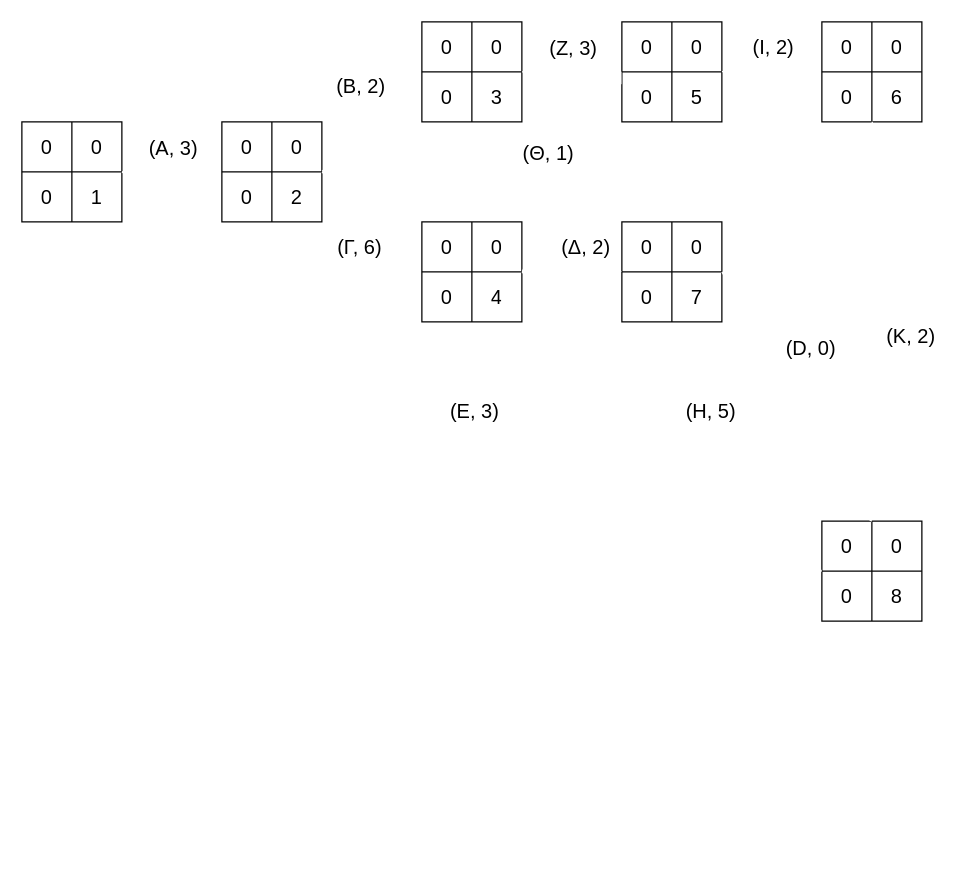
This is Business Research and Intelligence Projects/project 2/task 5.drawio from asimakiskydros/University-Projects, a draw.io file, before an edit. Source tidied: cells renumbered, new cells numbered last; positions are measured from the earlier drawing's top-left corner, leaving out a move shared by most shapes. Both pictures are drawn from the tidied source at 125%, with x=0, y=0 at pixel (21, 21).
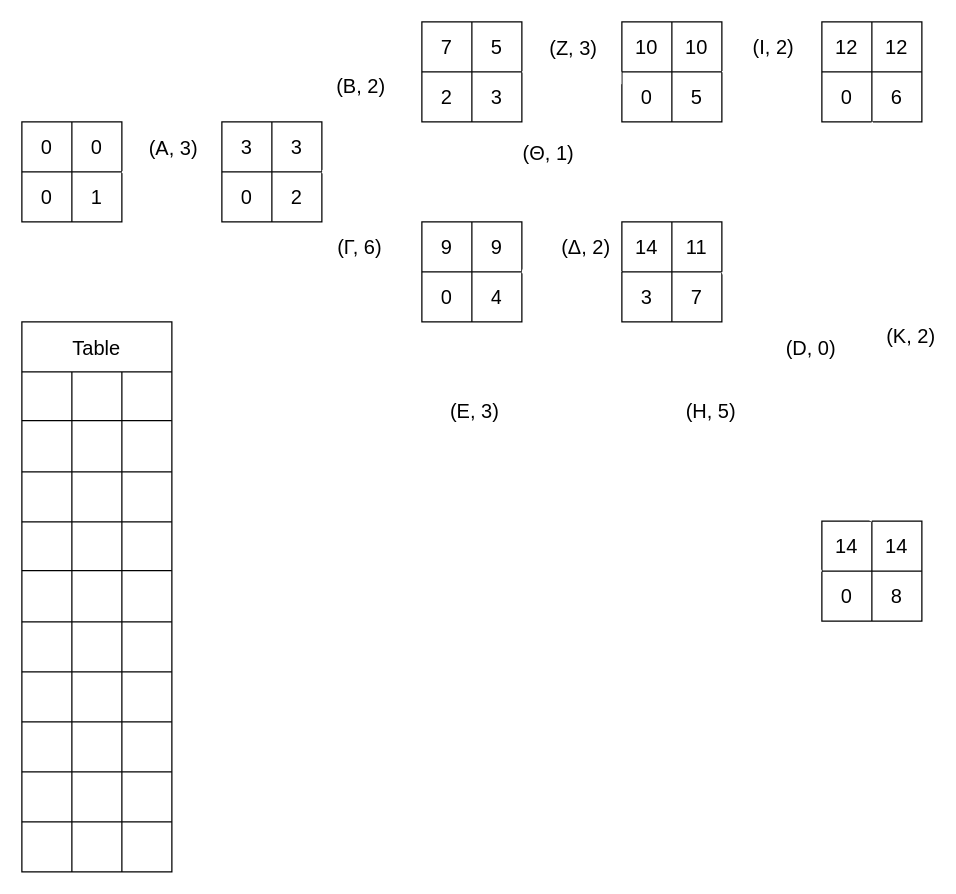
Above is the later version.

Unchanged cells that the change refers to:
```xml
<mxCell id="12" style="shape=tableRow;horizontal=0;startSize=0;swimlaneHead=0;swimlaneBody=0;strokeColor=inherit;top=0;left=0;bottom=0;right=0;fillColor=none;fontSize=16;" parent="11" vertex="1">
  <mxGeometry width="80" height="40" as="geometry" />
</mxCell>
<mxCell id="23" style="shape=tableRow;horizontal=0;startSize=0;swimlaneHead=0;swimlaneBody=0;strokeColor=inherit;top=0;left=0;bottom=0;right=0;fillColor=none;fontSize=16;" parent="22" vertex="1">
  <mxGeometry width="80" height="40" as="geometry" />
</mxCell>
<mxCell id="26" style="shape=tableRow;horizontal=0;startSize=0;swimlaneHead=0;swimlaneBody=0;strokeColor=inherit;top=0;left=0;bottom=0;right=0;fillColor=none;fontSize=16;" parent="22" vertex="1">
  <mxGeometry y="40" width="80" height="40" as="geometry" />
</mxCell>
<mxCell id="30" style="shape=tableRow;horizontal=0;startSize=0;swimlaneHead=0;swimlaneBody=0;strokeColor=inherit;top=0;left=0;bottom=0;right=0;fillColor=none;fontSize=16;" parent="29" vertex="1">
  <mxGeometry width="80" height="40" as="geometry" />
</mxCell>
<mxCell id="39" style="shape=tableRow;horizontal=0;startSize=0;swimlaneHead=0;swimlaneBody=0;strokeColor=inherit;top=0;left=0;bottom=0;right=0;fillColor=none;fontSize=16;" parent="38" vertex="1">
  <mxGeometry width="80" height="40" as="geometry" />
</mxCell>
<mxCell id="50" style="shape=tableRow;horizontal=0;startSize=0;swimlaneHead=0;swimlaneBody=0;strokeColor=inherit;top=0;left=0;bottom=0;right=0;fillColor=none;fontSize=16;" parent="49" vertex="1">
  <mxGeometry width="80" height="40" as="geometry" />
</mxCell>
<mxCell id="57" style="shape=tableRow;horizontal=0;startSize=0;swimlaneHead=0;swimlaneBody=0;strokeColor=inherit;top=0;left=0;bottom=0;right=0;fillColor=none;points=[[0,0.5],[1,0.5]];portConstraint=eastwest;fontSize=16;" parent="56" vertex="1">
  <mxGeometry width="80" height="40" as="geometry" />
</mxCell>
<mxCell id="68" style="shape=tableRow;horizontal=0;startSize=0;swimlaneHead=0;swimlaneBody=0;strokeColor=inherit;top=0;left=0;bottom=0;right=0;fillColor=none;fontSize=16;" parent="67" vertex="1">
  <mxGeometry width="80" height="40" as="geometry" />
</mxCell>
<mxCell id="71" style="shape=tableRow;horizontal=0;startSize=0;swimlaneHead=0;swimlaneBody=0;strokeColor=inherit;top=0;left=0;bottom=0;right=0;fillColor=none;fontSize=16;" parent="67" vertex="1">
  <mxGeometry y="40" width="80" height="40" as="geometry" />
</mxCell>
```

Change to the diagram source:
```diff
@@
-    <mxCell id="13" value="0" style="shape=partialRectangle;html=1;whiteSpace=wrap;strokeColor=inherit;overflow=hidden;fillColor=none;top=0;left=0;bottom=0;right=0;fontSize=16;" parent="12" vertex="1">
+    <mxCell id="13" value="3" style="shape=partialRectangle;html=1;whiteSpace=wrap;strokeColor=inherit;overflow=hidden;fillColor=none;top=0;left=0;bottom=0;right=0;fontSize=16;" parent="12" vertex="1">
       <mxGeometry width="40" height="40" as="geometry" />
     </mxCell>
-    <mxCell id="14" value="0" style="shape=partialRectangle;html=1;whiteSpace=wrap;strokeColor=inherit;overflow=hidden;fillColor=none;top=0;left=0;bottom=0;right=0;fontSize=16;" parent="12" vertex="1">
+    <mxCell id="14" value="3" style="shape=partialRectangle;html=1;whiteSpace=wrap;strokeColor=inherit;overflow=hidden;fillColor=none;top=0;left=0;bottom=0;right=0;fontSize=16;" parent="12" vertex="1">
       <mxGeometry x="40" width="40" height="40" as="geometry" />
     </mxCell>
@@
-    <mxCell id="24" value="0" style="shape=partialRectangle;html=1;whiteSpace=wrap;strokeColor=inherit;overflow=hidden;fillColor=none;top=0;left=0;bottom=0;right=0;fontSize=16;" parent="23" vertex="1">
+    <mxCell id="24" value="7" style="shape=partialRectangle;html=1;whiteSpace=wrap;strokeColor=inherit;overflow=hidden;fillColor=none;top=0;left=0;bottom=0;right=0;fontSize=16;" parent="23" vertex="1">
       <mxGeometry width="40" height="40" as="geometry" />
     </mxCell>
-    <mxCell id="25" value="0" style="shape=partialRectangle;html=1;whiteSpace=wrap;strokeColor=inherit;overflow=hidden;fillColor=none;top=0;left=0;bottom=0;right=0;fontSize=16;" parent="23" vertex="1">
+    <mxCell id="25" value="5" style="shape=partialRectangle;html=1;whiteSpace=wrap;strokeColor=inherit;overflow=hidden;fillColor=none;top=0;left=0;bottom=0;right=0;fontSize=16;" parent="23" vertex="1">
       <mxGeometry x="40" width="40" height="40" as="geometry" />
     </mxCell>
@@
-    <mxCell id="27" value="0" style="shape=partialRectangle;html=1;whiteSpace=wrap;strokeColor=inherit;overflow=hidden;fillColor=none;top=0;left=0;bottom=0;right=0;fontSize=16;" parent="26" vertex="1">
+    <mxCell id="27" value="2" style="shape=partialRectangle;html=1;whiteSpace=wrap;strokeColor=inherit;overflow=hidden;fillColor=none;top=0;left=0;bottom=0;right=0;fontSize=16;" parent="26" vertex="1">
       <mxGeometry width="40" height="40" as="geometry" />
     </mxCell>
@@
-    <mxCell id="31" value="0" style="shape=partialRectangle;html=1;whiteSpace=wrap;strokeColor=inherit;overflow=hidden;fillColor=none;top=0;left=0;bottom=0;right=0;fontSize=16;" parent="30" vertex="1">
+    <mxCell id="31" value="9" style="shape=partialRectangle;html=1;whiteSpace=wrap;strokeColor=inherit;overflow=hidden;fillColor=none;top=0;left=0;bottom=0;right=0;fontSize=16;" parent="30" vertex="1">
       <mxGeometry width="40" height="40" as="geometry" />
     </mxCell>
-    <mxCell id="32" value="0" style="shape=partialRectangle;html=1;whiteSpace=wrap;strokeColor=inherit;overflow=hidden;fillColor=none;top=0;left=0;bottom=0;right=0;fontSize=16;" parent="30" vertex="1">
+    <mxCell id="32" value="9" style="shape=partialRectangle;html=1;whiteSpace=wrap;strokeColor=inherit;overflow=hidden;fillColor=none;top=0;left=0;bottom=0;right=0;fontSize=16;" parent="30" vertex="1">
       <mxGeometry x="40" width="40" height="40" as="geometry" />
     </mxCell>
@@
-    <mxCell id="40" value="0" style="shape=partialRectangle;html=1;whiteSpace=wrap;strokeColor=inherit;overflow=hidden;fillColor=none;top=0;left=0;bottom=0;right=0;fontSize=16;" parent="39" vertex="1">
+    <mxCell id="40" value="10" style="shape=partialRectangle;html=1;whiteSpace=wrap;strokeColor=inherit;overflow=hidden;fillColor=none;top=0;left=0;bottom=0;right=0;fontSize=16;" parent="39" vertex="1">
       <mxGeometry width="40" height="40" as="geometry" />
     </mxCell>
-    <mxCell id="41" value="0" style="shape=partialRectangle;html=1;whiteSpace=wrap;strokeColor=inherit;overflow=hidden;fillColor=none;top=0;left=0;bottom=0;right=0;fontSize=16;" parent="39" vertex="1">
+    <mxCell id="41" value="10" style="shape=partialRectangle;html=1;whiteSpace=wrap;strokeColor=inherit;overflow=hidden;fillColor=none;top=0;left=0;bottom=0;right=0;fontSize=16;" parent="39" vertex="1">
       <mxGeometry x="40" width="40" height="40" as="geometry" />
     </mxCell>
@@
-    <mxCell id="51" value="0" style="shape=partialRectangle;html=1;whiteSpace=wrap;strokeColor=inherit;overflow=hidden;fillColor=none;top=0;left=0;bottom=0;right=0;fontSize=16;" parent="50" vertex="1">
+    <mxCell id="51" value="12" style="shape=partialRectangle;html=1;whiteSpace=wrap;strokeColor=inherit;overflow=hidden;fillColor=none;top=0;left=0;bottom=0;right=0;fontSize=16;" parent="50" vertex="1">
       <mxGeometry width="40" height="40" as="geometry" />
     </mxCell>
-    <mxCell id="52" value="0" style="shape=partialRectangle;html=1;whiteSpace=wrap;strokeColor=inherit;overflow=hidden;fillColor=none;top=0;left=0;bottom=0;right=0;fontSize=16;" parent="50" vertex="1">
+    <mxCell id="52" value="12" style="shape=partialRectangle;html=1;whiteSpace=wrap;strokeColor=inherit;overflow=hidden;fillColor=none;top=0;left=0;bottom=0;right=0;fontSize=16;" parent="50" vertex="1">
       <mxGeometry x="40" width="40" height="40" as="geometry" />
     </mxCell>
@@
-    <mxCell id="58" value="0" style="shape=partialRectangle;html=1;whiteSpace=wrap;strokeColor=inherit;overflow=hidden;fillColor=none;top=0;left=0;bottom=0;right=0;fontSize=16;" parent="57" vertex="1">
+    <mxCell id="58" value="14" style="shape=partialRectangle;html=1;whiteSpace=wrap;strokeColor=inherit;overflow=hidden;fillColor=none;top=0;left=0;bottom=0;right=0;fontSize=16;" parent="57" vertex="1">
       <mxGeometry width="40" height="40" as="geometry" />
     </mxCell>
-    <mxCell id="59" value="0" style="shape=partialRectangle;html=1;whiteSpace=wrap;strokeColor=inherit;overflow=hidden;fillColor=none;top=0;left=0;bottom=0;right=0;fontSize=16;" parent="57" vertex="1">
+    <mxCell id="59" value="14" style="shape=partialRectangle;html=1;whiteSpace=wrap;strokeColor=inherit;overflow=hidden;fillColor=none;top=0;left=0;bottom=0;right=0;fontSize=16;" parent="57" vertex="1">
       <mxGeometry x="40" width="40" height="40" as="geometry" />
     </mxCell>
@@
-    <mxCell id="69" value="0" style="shape=partialRectangle;html=1;whiteSpace=wrap;strokeColor=inherit;overflow=hidden;fillColor=none;top=0;left=0;bottom=0;right=0;fontSize=16;" parent="68" vertex="1">
+    <mxCell id="69" value="14" style="shape=partialRectangle;html=1;whiteSpace=wrap;strokeColor=inherit;overflow=hidden;fillColor=none;top=0;left=0;bottom=0;right=0;fontSize=16;" parent="68" vertex="1">
       <mxGeometry width="40" height="40" as="geometry" />
     </mxCell>
-    <mxCell id="70" value="0" style="shape=partialRectangle;html=1;whiteSpace=wrap;strokeColor=inherit;overflow=hidden;fillColor=none;top=0;left=0;bottom=0;right=0;fontSize=16;" parent="68" vertex="1">
+    <mxCell id="70" value="11" style="shape=partialRectangle;html=1;whiteSpace=wrap;strokeColor=inherit;overflow=hidden;fillColor=none;top=0;left=0;bottom=0;right=0;fontSize=16;" parent="68" vertex="1">
       <mxGeometry x="40" width="40" height="40" as="geometry" />
     </mxCell>
@@
-    <mxCell id="72" value="0" style="shape=partialRectangle;html=1;whiteSpace=wrap;strokeColor=inherit;overflow=hidden;fillColor=none;top=0;left=0;bottom=0;right=0;fontSize=16;" parent="71" vertex="1">
+    <mxCell id="72" value="3" style="shape=partialRectangle;html=1;whiteSpace=wrap;strokeColor=inherit;overflow=hidden;fillColor=none;top=0;left=0;bottom=0;right=0;fontSize=16;" parent="71" vertex="1">
       <mxGeometry width="40" height="40" as="geometry" />
     </mxCell>
@@
+    <mxCell id="80" value="Table" style="shape=table;startSize=40;childLayout=tableLayout;strokeColor=default;fontSize=16;" parent="1" vertex="1">
+      <mxGeometry y="240" width="120" height="440" as="geometry" />
+    </mxCell>
+    <mxCell id="81" style="shape=tableRow;horizontal=0;startSize=0;swimlaneHead=0;swimlaneBody=0;strokeColor=inherit;top=0;left=0;bottom=0;right=0;fillColor=none;fontSize=16;" parent="80" vertex="1">
+      <mxGeometry y="40" width="120" height="39" as="geometry" />
+    </mxCell>
+    <mxCell id="82" style="shape=partialRectangle;html=1;whiteSpace=wrap;strokeColor=inherit;overflow=hidden;fillColor=none;top=0;left=0;bottom=0;right=0;fontSize=16;" parent="81" vertex="1">
+      <mxGeometry width="40" height="39" as="geometry" />
+    </mxCell>
+    <mxCell id="83" style="shape=partialRectangle;html=1;whiteSpace=wrap;strokeColor=inherit;overflow=hidden;fillColor=none;top=0;left=0;bottom=0;right=0;fontSize=16;" parent="81" vertex="1">
+      <mxGeometry x="40" width="40" height="39" as="geometry" />
+    </mxCell>
+    <mxCell id="84" style="shape=partialRectangle;html=1;whiteSpace=wrap;strokeColor=inherit;overflow=hidden;fillColor=none;top=0;left=0;bottom=0;right=0;fontSize=16;" parent="81" vertex="1">
+      <mxGeometry x="80" width="40" height="39" as="geometry" />
+    </mxCell>
+    <mxCell id="85" style="shape=tableRow;horizontal=0;startSize=0;swimlaneHead=0;swimlaneBody=0;strokeColor=inherit;top=0;left=0;bottom=0;right=0;fillColor=none;fontSize=16;" parent="80" vertex="1">
+      <mxGeometry y="79" width="120" height="41" as="geometry" />
+    </mxCell>
+    <mxCell id="86" style="shape=partialRectangle;html=1;whiteSpace=wrap;strokeColor=inherit;overflow=hidden;fillColor=none;top=0;left=0;bottom=0;right=0;fontSize=16;" parent="85" vertex="1">
+      <mxGeometry width="40" height="41" as="geometry" />
+    </mxCell>
+    <mxCell id="87" style="shape=partialRectangle;html=1;whiteSpace=wrap;strokeColor=inherit;overflow=hidden;fillColor=none;top=0;left=0;bottom=0;right=0;fontSize=16;" parent="85" vertex="1">
+      <mxGeometry x="40" width="40" height="41" as="geometry" />
+    </mxCell>
+    <mxCell id="88" style="shape=partialRectangle;html=1;whiteSpace=wrap;strokeColor=inherit;overflow=hidden;fillColor=none;top=0;left=0;bottom=0;right=0;fontSize=16;" parent="85" vertex="1">
+      <mxGeometry x="80" width="40" height="41" as="geometry" />
+    </mxCell>
+    <mxCell id="89" style="shape=tableRow;horizontal=0;startSize=0;swimlaneHead=0;swimlaneBody=0;strokeColor=inherit;top=0;left=0;bottom=0;right=0;fillColor=none;fontSize=16;" parent="80" vertex="1">
+      <mxGeometry y="120" width="120" height="40" as="geometry" />
+    </mxCell>
+    <mxCell id="90" style="shape=partialRectangle;html=1;whiteSpace=wrap;strokeColor=inherit;overflow=hidden;fillColor=none;top=0;left=0;bottom=0;right=0;fontSize=16;" parent="89" vertex="1">
+      <mxGeometry width="40" height="40" as="geometry" />
+    </mxCell>
+    <mxCell id="91" style="shape=partialRectangle;html=1;whiteSpace=wrap;strokeColor=inherit;overflow=hidden;fillColor=none;top=0;left=0;bottom=0;right=0;fontSize=16;" parent="89" vertex="1">
+      <mxGeometry x="40" width="40" height="40" as="geometry" />
+    </mxCell>
+    <mxCell id="92" style="shape=partialRectangle;html=1;whiteSpace=wrap;strokeColor=inherit;overflow=hidden;fillColor=none;top=0;left=0;bottom=0;right=0;fontSize=16;" parent="89" vertex="1">
+      <mxGeometry x="80" width="40" height="40" as="geometry" />
+    </mxCell>
+    <mxCell id="93" style="shape=tableRow;horizontal=0;startSize=0;swimlaneHead=0;swimlaneBody=0;strokeColor=inherit;top=0;left=0;bottom=0;right=0;fillColor=none;fontSize=16;" parent="80" vertex="1">
+      <mxGeometry y="160" width="120" height="39" as="geometry" />
+    </mxCell>
+    <mxCell id="94" style="shape=partialRectangle;html=1;whiteSpace=wrap;strokeColor=inherit;overflow=hidden;fillColor=none;top=0;left=0;bottom=0;right=0;fontSize=16;" parent="93" vertex="1">
+      <mxGeometry width="40" height="39" as="geometry" />
+    </mxCell>
+    <mxCell id="95" style="shape=partialRectangle;html=1;whiteSpace=wrap;strokeColor=inherit;overflow=hidden;fillColor=none;top=0;left=0;bottom=0;right=0;fontSize=16;" parent="93" vertex="1">
+      <mxGeometry x="40" width="40" height="39" as="geometry" />
+    </mxCell>
+    <mxCell id="96" style="shape=partialRectangle;html=1;whiteSpace=wrap;strokeColor=inherit;overflow=hidden;fillColor=none;top=0;left=0;bottom=0;right=0;fontSize=16;" parent="93" vertex="1">
+      <mxGeometry x="80" width="40" height="39" as="geometry" />
+    </mxCell>
+    <mxCell id="97" style="shape=tableRow;horizontal=0;startSize=0;swimlaneHead=0;swimlaneBody=0;strokeColor=inherit;top=0;left=0;bottom=0;right=0;fillColor=none;fontSize=16;" parent="80" vertex="1">
+      <mxGeometry y="199" width="120" height="41" as="geometry" />
+    </mxCell>
+    <mxCell id="98" style="shape=partialRectangle;html=1;whiteSpace=wrap;strokeColor=inherit;overflow=hidden;fillColor=none;top=0;left=0;bottom=0;right=0;fontSize=16;" parent="97" vertex="1">
+      <mxGeometry width="40" height="41" as="geometry" />
+    </mxCell>
+    <mxCell id="99" style="shape=partialRectangle;html=1;whiteSpace=wrap;strokeColor=inherit;overflow=hidden;fillColor=none;top=0;left=0;bottom=0;right=0;fontSize=16;" parent="97" vertex="1">
+      <mxGeometry x="40" width="40" height="41" as="geometry" />
+    </mxCell>
+    <mxCell id="100" style="shape=partialRectangle;html=1;whiteSpace=wrap;strokeColor=inherit;overflow=hidden;fillColor=none;top=0;left=0;bottom=0;right=0;fontSize=16;" parent="97" vertex="1">
+      <mxGeometry x="80" width="40" height="41" as="geometry" />
+    </mxCell>
+    <mxCell id="101" style="shape=tableRow;horizontal=0;startSize=0;swimlaneHead=0;swimlaneBody=0;strokeColor=inherit;top=0;left=0;bottom=0;right=0;fillColor=none;fontSize=16;" parent="80" vertex="1">
+      <mxGeometry y="240" width="120" height="40" as="geometry" />
+    </mxCell>
+    <mxCell id="102" style="shape=partialRectangle;html=1;whiteSpace=wrap;strokeColor=inherit;overflow=hidden;fillColor=none;top=0;left=0;bottom=0;right=0;fontSize=16;" parent="101" vertex="1">
+      <mxGeometry width="40" height="40" as="geometry" />
+    </mxCell>
+    <mxCell id="103" style="shape=partialRectangle;html=1;whiteSpace=wrap;strokeColor=inherit;overflow=hidden;fillColor=none;top=0;left=0;bottom=0;right=0;fontSize=16;" parent="101" vertex="1">
+      <mxGeometry x="40" width="40" height="40" as="geometry" />
+    </mxCell>
+    <mxCell id="104" style="shape=partialRectangle;html=1;whiteSpace=wrap;strokeColor=inherit;overflow=hidden;fillColor=none;top=0;left=0;bottom=0;right=0;fontSize=16;" parent="101" vertex="1">
+      <mxGeometry x="80" width="40" height="40" as="geometry" />
+    </mxCell>
+    <mxCell id="105" style="shape=tableRow;horizontal=0;startSize=0;swimlaneHead=0;swimlaneBody=0;strokeColor=inherit;top=0;left=0;bottom=0;right=0;fillColor=none;fontSize=16;" parent="80" vertex="1">
+      <mxGeometry y="280" width="120" height="40" as="geometry" />
+    </mxCell>
+    <mxCell id="106" style="shape=partialRectangle;html=1;whiteSpace=wrap;strokeColor=inherit;overflow=hidden;fillColor=none;top=0;left=0;bottom=0;right=0;fontSize=16;" parent="105" vertex="1">
+      <mxGeometry width="40" height="40" as="geometry" />
+    </mxCell>
+    <mxCell id="107" style="shape=partialRectangle;html=1;whiteSpace=wrap;strokeColor=inherit;overflow=hidden;fillColor=none;top=0;left=0;bottom=0;right=0;fontSize=16;" parent="105" vertex="1">
+      <mxGeometry x="40" width="40" height="40" as="geometry" />
+    </mxCell>
+    <mxCell id="108" style="shape=partialRectangle;html=1;whiteSpace=wrap;strokeColor=inherit;overflow=hidden;fillColor=none;top=0;left=0;bottom=0;right=0;fontSize=16;" parent="105" vertex="1">
+      <mxGeometry x="80" width="40" height="40" as="geometry" />
+    </mxCell>
+    <mxCell id="109" style="shape=tableRow;horizontal=0;startSize=0;swimlaneHead=0;swimlaneBody=0;strokeColor=inherit;top=0;left=0;bottom=0;right=0;fillColor=none;fontSize=16;" parent="80" vertex="1">
+      <mxGeometry y="320" width="120" height="40" as="geometry" />
+    </mxCell>
+    <mxCell id="110" style="shape=partialRectangle;html=1;whiteSpace=wrap;strokeColor=inherit;overflow=hidden;fillColor=none;top=0;left=0;bottom=0;right=0;fontSize=16;" parent="109" vertex="1">
+      <mxGeometry width="40" height="40" as="geometry" />
+    </mxCell>
+    <mxCell id="111" style="shape=partialRectangle;html=1;whiteSpace=wrap;strokeColor=inherit;overflow=hidden;fillColor=none;top=0;left=0;bottom=0;right=0;fontSize=16;" parent="109" vertex="1">
+      <mxGeometry x="40" width="40" height="40" as="geometry" />
+    </mxCell>
+    <mxCell id="112" style="shape=partialRectangle;html=1;whiteSpace=wrap;strokeColor=inherit;overflow=hidden;fillColor=none;top=0;left=0;bottom=0;right=0;fontSize=16;" parent="109" vertex="1">
+      <mxGeometry x="80" width="40" height="40" as="geometry" />
+    </mxCell>
+    <mxCell id="113" style="shape=tableRow;horizontal=0;startSize=0;swimlaneHead=0;swimlaneBody=0;strokeColor=inherit;top=0;left=0;bottom=0;right=0;fillColor=none;fontSize=16;" parent="80" vertex="1">
+      <mxGeometry y="360" width="120" height="40" as="geometry" />
+    </mxCell>
+    <mxCell id="114" style="shape=partialRectangle;html=1;whiteSpace=wrap;strokeColor=inherit;overflow=hidden;fillColor=none;top=0;left=0;bottom=0;right=0;fontSize=16;" parent="113" vertex="1">
+      <mxGeometry width="40" height="40" as="geometry" />
+    </mxCell>
+    <mxCell id="115" style="shape=partialRectangle;html=1;whiteSpace=wrap;strokeColor=inherit;overflow=hidden;fillColor=none;top=0;left=0;bottom=0;right=0;fontSize=16;" parent="113" vertex="1">
+      <mxGeometry x="40" width="40" height="40" as="geometry" />
+    </mxCell>
+    <mxCell id="116" style="shape=partialRectangle;html=1;whiteSpace=wrap;strokeColor=inherit;overflow=hidden;fillColor=none;top=0;left=0;bottom=0;right=0;fontSize=16;" parent="113" vertex="1">
+      <mxGeometry x="80" width="40" height="40" as="geometry" />
+    </mxCell>
+    <mxCell id="117" style="shape=tableRow;horizontal=0;startSize=0;swimlaneHead=0;swimlaneBody=0;strokeColor=inherit;top=0;left=0;bottom=0;right=0;fillColor=none;fontSize=16;" parent="80" vertex="1">
+      <mxGeometry y="400" width="120" height="40" as="geometry" />
+    </mxCell>
+    <mxCell id="118" style="shape=partialRectangle;html=1;whiteSpace=wrap;strokeColor=inherit;overflow=hidden;fillColor=none;top=0;left=0;bottom=0;right=0;fontSize=16;" parent="117" vertex="1">
+      <mxGeometry width="40" height="40" as="geometry" />
+    </mxCell>
+    <mxCell id="119" style="shape=partialRectangle;html=1;whiteSpace=wrap;strokeColor=inherit;overflow=hidden;fillColor=none;top=0;left=0;bottom=0;right=0;fontSize=16;" parent="117" vertex="1">
+      <mxGeometry x="40" width="40" height="40" as="geometry" />
+    </mxCell>
+    <mxCell id="120" style="shape=partialRectangle;html=1;whiteSpace=wrap;strokeColor=inherit;overflow=hidden;fillColor=none;top=0;left=0;bottom=0;right=0;fontSize=16;" parent="117" vertex="1">
+      <mxGeometry x="80" width="40" height="40" as="geometry" />
+    </mxCell>
```
